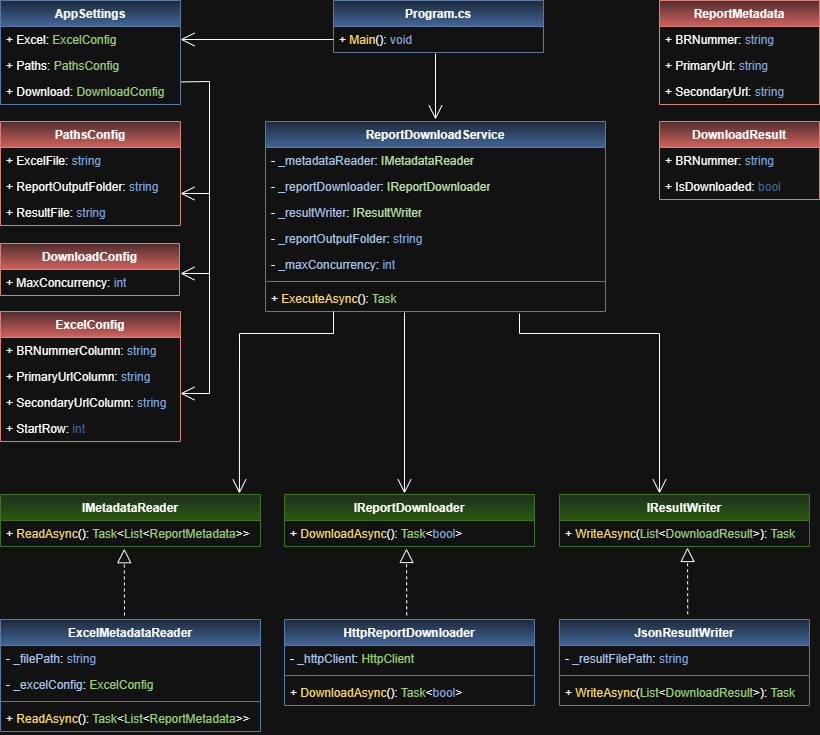
The draw.io diagram PDFDownloaderUML.png in ThomasBlichfeldt2409/PDFDownloader, before a commit. Source tidied: cells renumbered, new cells last; positions are measured from the earlier drawing's top-left corner, leaving out a move shared by most shapes.
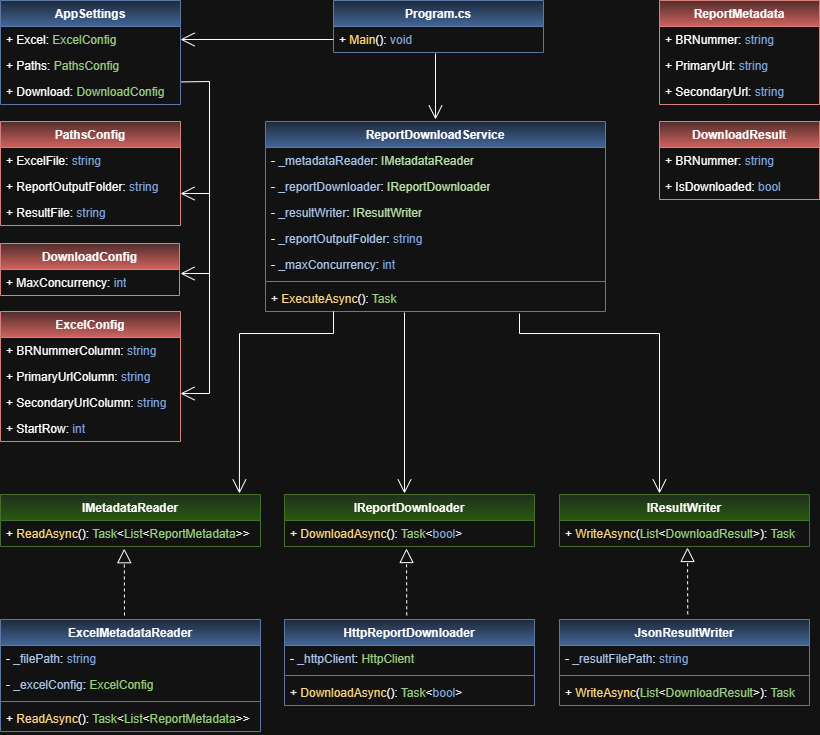
The same diagram one commit later.

Change to the diagram source:
```diff
@@ -155,7 +155,7 @@
     <mxCell id="43" value="+ BRNummer: &lt;font style=&quot;color: light-dark(rgb(0, 0, 0), rgb(126, 166, 224));&quot;&gt;string&lt;/font&gt;" style="text;strokeColor=none;fillColor=none;align=left;verticalAlign=top;spacingLeft=4;spacingRight=4;overflow=hidden;whiteSpace=wrap;html=1;" parent="42" vertex="1">
       <mxGeometry y="26" width="160" height="26" as="geometry" />
     </mxCell>
-    <mxCell id="44" value="+ IsDownloaded: &lt;font color=&quot;#7ea6e0&quot;&gt;bool&lt;/font&gt;" style="text;strokeColor=none;fillColor=none;align=left;verticalAlign=top;spacingLeft=4;spacingRight=4;overflow=hidden;whiteSpace=wrap;html=1;" parent="42" vertex="1">
+    <mxCell id="44" value="+ IsDownloaded: &lt;font style=&quot;color: light-dark(rgb(126, 166, 224), rgb(126, 166, 224));&quot;&gt;bool&lt;/font&gt;" style="text;strokeColor=none;fillColor=none;align=left;verticalAlign=top;spacingLeft=4;spacingRight=4;overflow=hidden;whiteSpace=wrap;html=1;" parent="42" vertex="1">
       <mxGeometry y="52" width="160" height="26" as="geometry" />
     </mxCell>
     <mxCell id="45" value="AppSettings" style="swimlane;fontStyle=1;align=center;verticalAlign=top;horizontal=1;startSize=26;whiteSpace=wrap;html=1;fillColor=#dae8fc;gradientColor=#7ea6e0;strokeColor=#6c8ebf;" parent="1" vertex="1">
@@ -203,7 +203,7 @@
     <mxCell id="59" value="+ SecondaryUrlColumn: &lt;font style=&quot;color: light-dark(rgb(126, 166, 224), rgb(126, 166, 224));&quot;&gt;string&lt;/font&gt;" style="text;strokeColor=none;fillColor=none;align=left;verticalAlign=top;spacingLeft=4;spacingRight=4;overflow=hidden;whiteSpace=wrap;html=1;" parent="56" vertex="1">
       <mxGeometry y="78" width="180" height="26" as="geometry" />
     </mxCell>
-    <mxCell id="60" value="+ StartRow: &lt;font color=&quot;#7ea6e0&quot;&gt;int&lt;/font&gt;" style="text;strokeColor=none;fillColor=none;align=left;verticalAlign=top;spacingLeft=4;spacingRight=4;overflow=hidden;whiteSpace=wrap;html=1;" parent="56" vertex="1">
+    <mxCell id="60" value="+ StartRow: &lt;font style=&quot;color: light-dark(rgb(126, 166, 224), rgb(126, 166, 224));&quot;&gt;int&lt;/font&gt;" style="text;strokeColor=none;fillColor=none;align=left;verticalAlign=top;spacingLeft=4;spacingRight=4;overflow=hidden;whiteSpace=wrap;html=1;" parent="56" vertex="1">
       <mxGeometry y="104" width="180" height="26" as="geometry" />
     </mxCell>
     <mxCell id="61" style="endArrow=open;endFill=1;endSize=12;html=1;rounded=0;" parent="1" edge="1">
```
